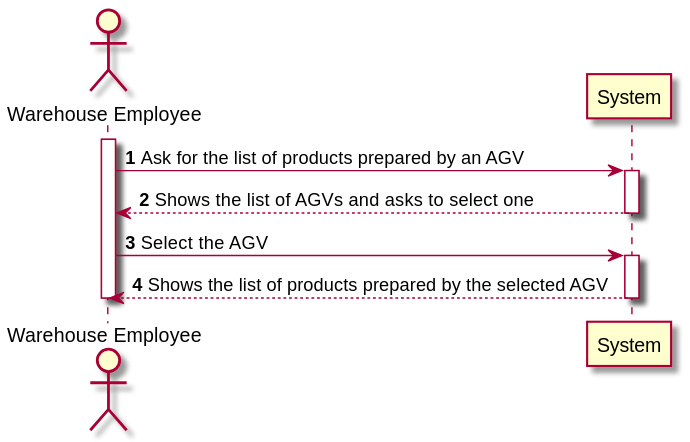
Before: docs/1200720/US2004/SSD_US2004.svg, a diagram exported from PlantUML (0franciscor/lei21_22_s4_2de_01). Source of this version:
```plantuml
@startuml

actor "Warehouse Employee" as F
participant System as S
autonumber

activate F
F -> S : Ask for the list of products prepared by an AGV
activate S

S --> F : Shows the list of AGVs and asks to select one
deactivate S
F -> S: Select the AGV
activate S
S --> F : Shows the list of products prepared by the selected AGV

deactivate S
deactivate F
@enduml
```
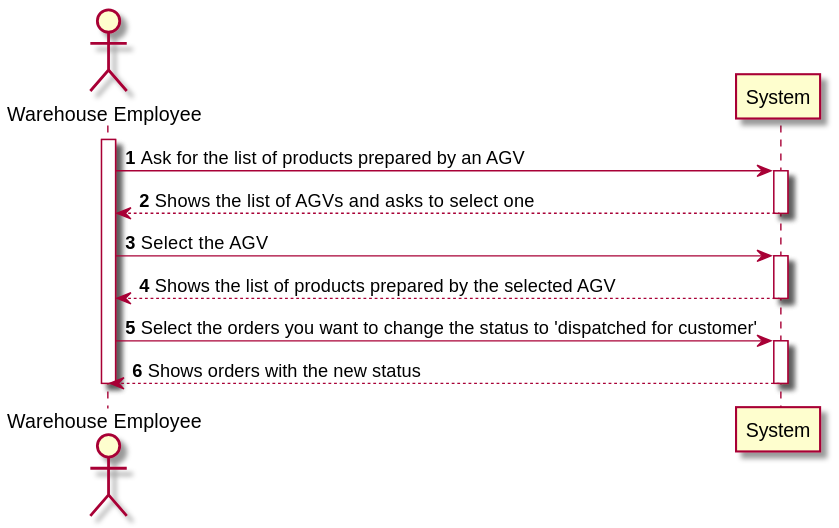
After the change.

What changed in the source:
```diff
@@ -13,6 +13,13 @@
 F -> S: Select the AGV
 activate S
 S --> F : Shows the list of products prepared by the selected AGV
+deactivate S
+
+F -> S : Select the orders you want to change the status to 'dispatched for customer'
+activate S
+
+S --> F : Shows orders with the new status
+deactivate S
 
 deactivate S
 deactivate F
```
